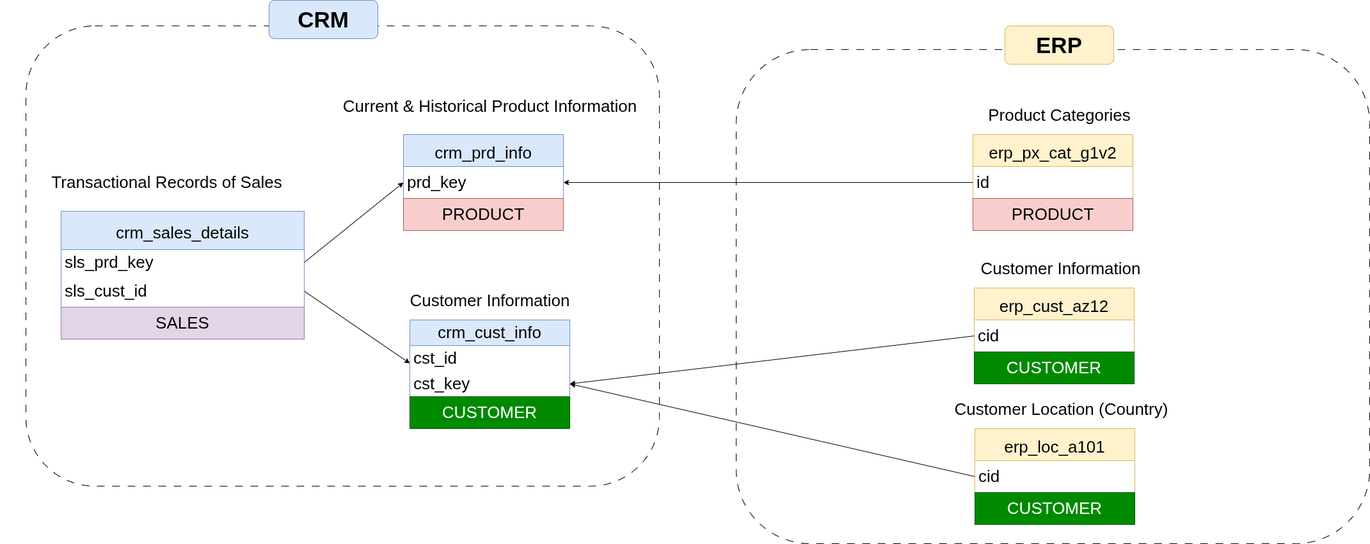
Earlier version of the draw.io export documents/Integration_Model.png (DominicSamoes/data_warehouse). Source tidied: cells renumbered, new cells last; positions are measured from the earlier drawing's top-left corner, leaving out a move shared by most shapes.
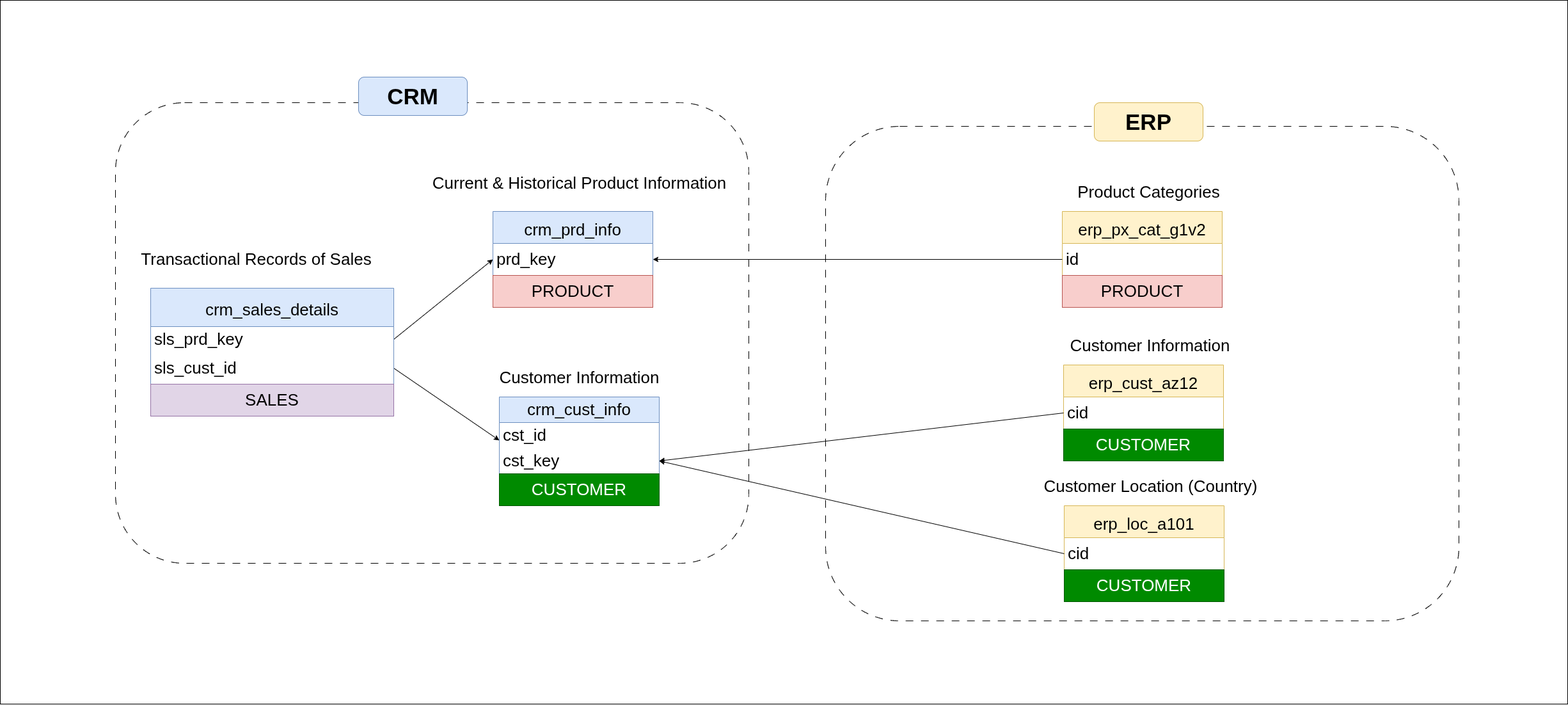
Later version of the same file.

What changed in the source:
```diff
@@ -2,6 +2,9 @@
   <root>
     <mxCell id="0" />
     <mxCell id="1" parent="0" />
+    <mxCell id="44" style="rounded=0;whiteSpace=wrap;html=1;" parent="1" vertex="1">
+      <mxGeometry x="-140" y="-120" width="2450" height="1100" as="geometry" />
+    </mxCell>
     <mxCell id="2" style="rounded=1;whiteSpace=wrap;html=1;fillColor=none;dashed=1;dashPattern=12 12;" parent="1" vertex="1">
       <mxGeometry x="40" y="40" width="990" height="720" as="geometry" />
     </mxCell>
```
